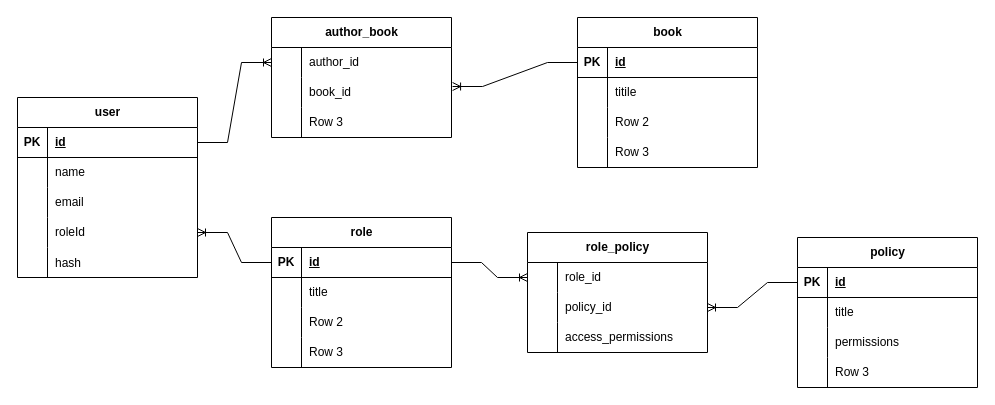
The draw.io diagram diagram/db-shema.drawio in SerhiiKuznietsov/book-directory, before the edit. Source tidied: cells renumbered, new cells numbered last; positions are measured from the earlier drawing's top-left corner, leaving out a move shared by most shapes. Both pictures are drawn from the tidied source at 100%, with x=0, y=0 at pixel (17, 17).
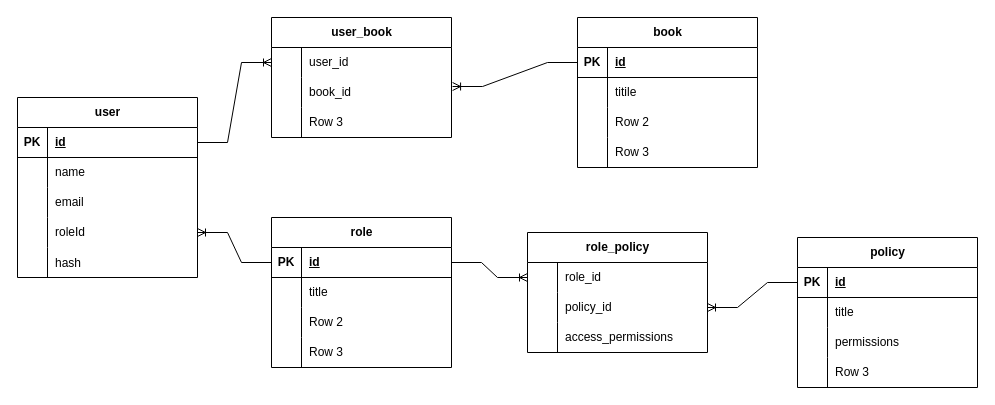
The same diagram, later.

Commit message (it also covers changes not shown here):
added list and create controller for book. Added "joi" validator

The change refers to these unchanged cells:
```xml
<mxCell id="58" style="shape=tableRow;horizontal=0;startSize=0;swimlaneHead=0;swimlaneBody=0;fillColor=none;points=[[0,0.5],[1,0.5]];portConstraint=eastwest;top=0;left=0;right=0;bottom=0;" parent="57" vertex="1">
  <mxGeometry y="30" width="180" height="30" as="geometry" />
</mxCell>
```

The edit, as a diff of the source:
```diff
@@
-    <mxCell id="57" value="author_book" style="shape=table;startSize=30;childLayout=tableLayout;rowLines=0;fontStyle=1;align=center;html=1;" parent="1" vertex="1">
+    <mxCell id="57" value="user_book" style="shape=table;startSize=30;childLayout=tableLayout;rowLines=0;fontStyle=1;align=center;html=1;" parent="1" vertex="1">
       <mxGeometry x="254" width="180" height="120" as="geometry" />
     </mxCell>
@@
-    <mxCell id="60" value="author_id" style="shape=partialRectangle;fillColor=none;top=0;left=0;bottom=0;right=0;align=left;spacingLeft=6;overflow=hidden;whiteSpace=wrap;html=1;" parent="58" vertex="1">
+    <mxCell id="60" value="user_id" style="shape=partialRectangle;fillColor=none;top=0;left=0;bottom=0;right=0;align=left;spacingLeft=6;overflow=hidden;whiteSpace=wrap;html=1;" parent="58" vertex="1">
       <mxGeometry x="30" width="150" height="30" as="geometry" />
     </mxCell>
```
